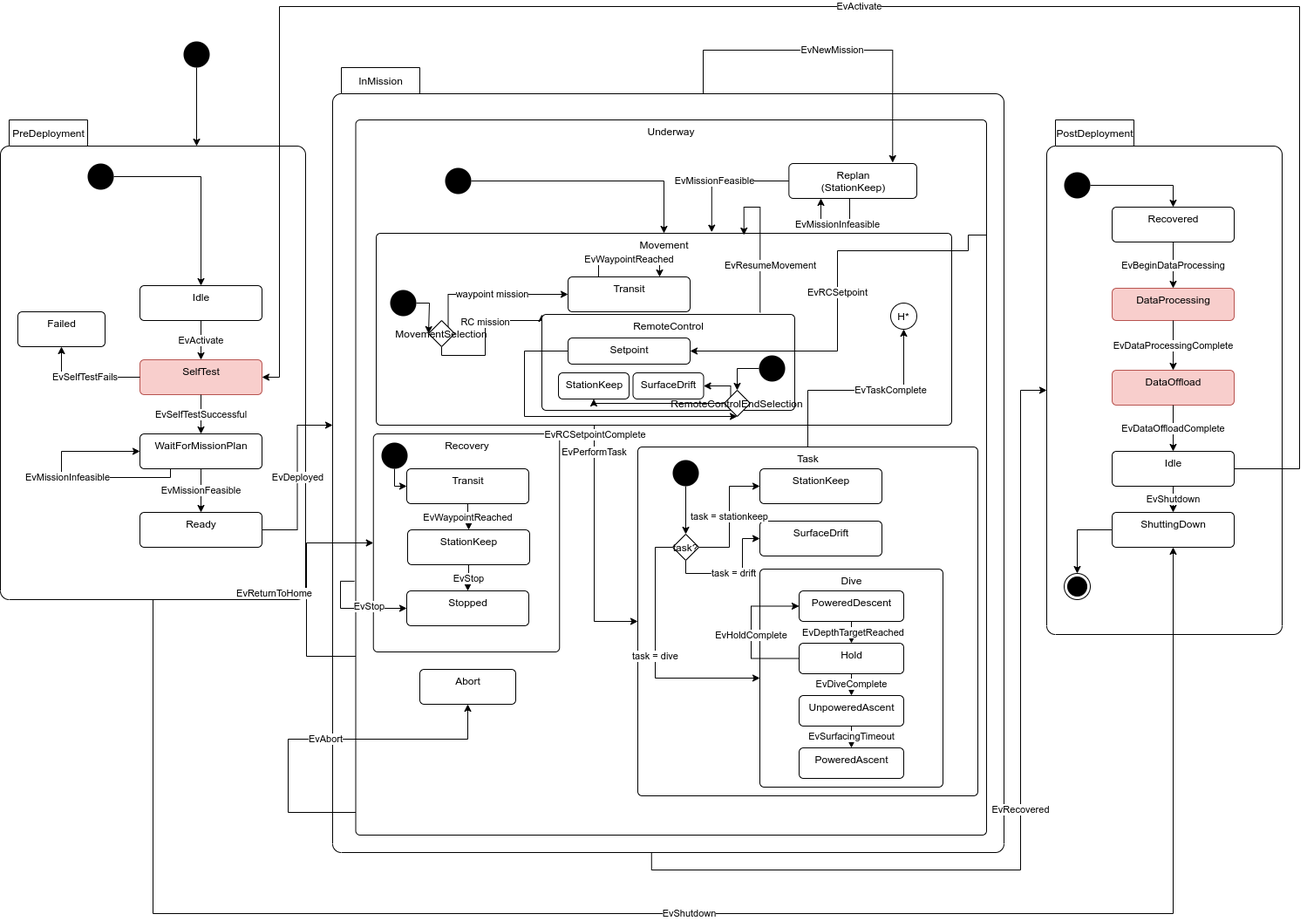
This is src/doc/figures/mission-states.png from jaiarobotics/jaiabot, a draw.io export, as it was before one commit. Source tidied: cells renumbered, new cells last; positions are measured from the earlier drawing's top-left corner, leaving out a move shared by most shapes.
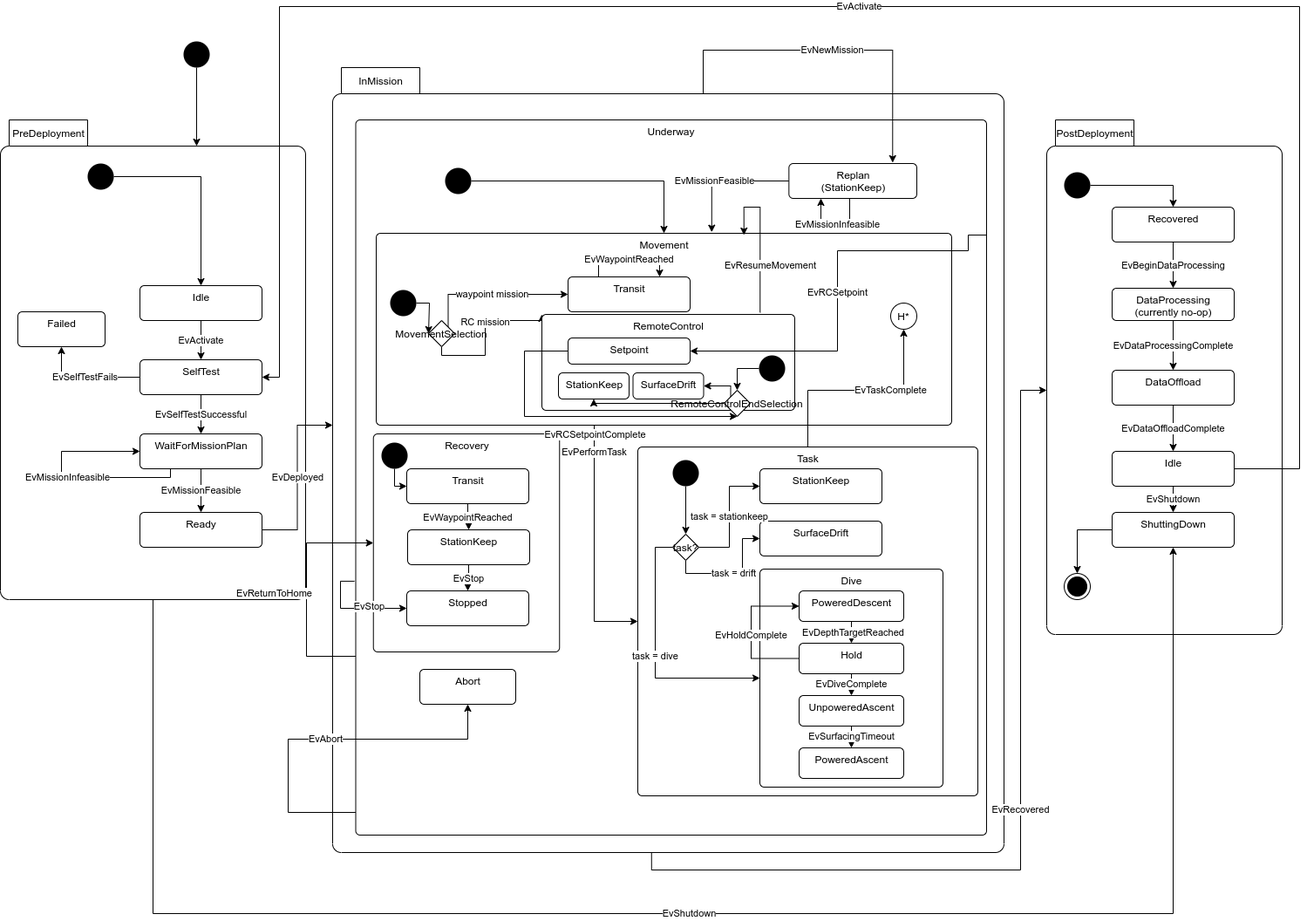
Later version of the same file.

Commit message:
Implement data offload state. Add warnings to mission manager for infeasible mission or for data offload failure

Diff of the diagram source:
```diff
@@ -11,13 +11,13 @@
     <mxCell id="4" value="Recovered" style="html=1;align=center;verticalAlign=top;rounded=1;absoluteArcSize=1;arcSize=10;dashed=0;" parent="2" vertex="1">
       <mxGeometry x="75" y="90" width="140" height="40" as="geometry" />
     </mxCell>
-    <mxCell id="5" value="DataProcessing" style="html=1;align=center;verticalAlign=top;rounded=1;absoluteArcSize=1;arcSize=10;dashed=0;fillColor=#f8cecc;strokeColor=#b85450;" parent="2" vertex="1">
+    <mxCell id="5" value="DataProcessing&lt;br&gt;(currently no-op)" style="html=1;align=center;verticalAlign=top;rounded=1;absoluteArcSize=1;arcSize=10;dashed=0;" parent="2" vertex="1">
       <mxGeometry x="75" y="183" width="140" height="37" as="geometry" />
     </mxCell>
     <mxCell id="6" value="EvBeginDataProcessing" style="edgeStyle=orthogonalEdgeStyle;rounded=0;jettySize=auto;html=1;" parent="2" edge="1" source="4" target="5">
       <mxGeometry relative="1" as="geometry" />
     </mxCell>
-    <mxCell id="7" value="DataOffload" style="html=1;align=center;verticalAlign=top;rounded=1;absoluteArcSize=1;arcSize=10;dashed=0;fillColor=#f8cecc;strokeColor=#b85450;" parent="2" vertex="1">
+    <mxCell id="7" value="DataOffload" style="html=1;align=center;verticalAlign=top;rounded=1;absoluteArcSize=1;arcSize=10;dashed=0;" parent="2" vertex="1">
       <mxGeometry x="75" y="277" width="140" height="40" as="geometry" />
     </mxCell>
     <mxCell id="8" value="EvDataProcessingComplete" style="edgeStyle=orthogonalEdgeStyle;rounded=0;jettySize=auto;html=1;" parent="2" edge="1" source="5" target="7">
@@ -55,7 +55,7 @@
     <mxCell id="18" value="PreDeployment" style="shape=folder;align=center;verticalAlign=middle;fontStyle=0;tabWidth=100;tabHeight=30;tabPosition=left;html=1;boundedLbl=1;labelInHeader=1;rounded=1;absoluteArcSize=1;arcSize=10;" parent="17" vertex="1">
       <mxGeometry x="-80" y="-40" width="350" height="550" as="geometry" />
     </mxCell>
-    <mxCell id="19" value="SelfTest" style="html=1;align=center;verticalAlign=top;rounded=1;absoluteArcSize=1;arcSize=10;dashed=0;fillColor=#f8cecc;strokeColor=#b85450;" parent="17" vertex="1">
+    <mxCell id="19" value="SelfTest" style="html=1;align=center;verticalAlign=top;rounded=1;absoluteArcSize=1;arcSize=10;dashed=0;" parent="17" vertex="1">
       <mxGeometry x="80" y="235" width="140" height="40" as="geometry" />
     </mxCell>
     <mxCell id="20" value="WaitForMissionPlan" style="html=1;align=center;verticalAlign=top;rounded=1;absoluteArcSize=1;arcSize=10;dashed=0;" parent="17" vertex="1">
```
